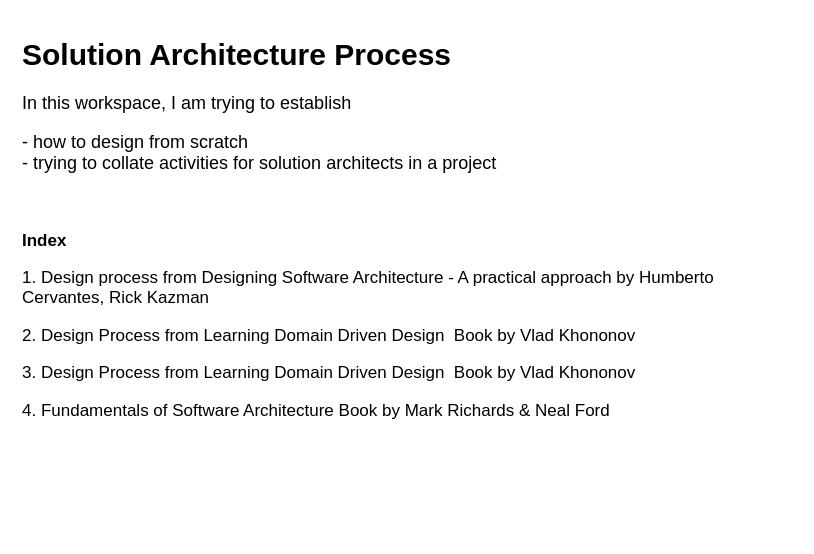
Above: page "Index" (1 of 5) of SolutionArchitectureProcess.drawio in Gaur4vGaur/probable-octo (draw.io), before the change. Source tidied: cells renumbered, new cells numbered last; positions are measured from the earlier drawing's top-left corner, leaving out a move shared by most shapes. Both pictures are drawn from the tidied source at 100%, with x=0, y=0 at pixel (17, 27).
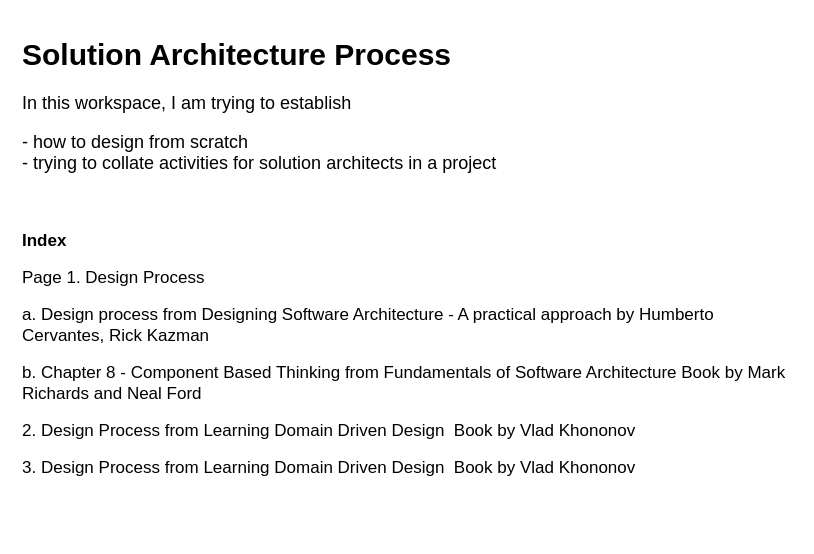
The same page after the edit.

What changed in the source:
```diff
@@
 <mxGraphModel>
   <root>
     <mxCell id="0" />
     <mxCell id="1" parent="0" />
-    <mxCell id="2" value="&lt;h1 style=&quot;font-size: 30px;&quot;&gt;&lt;font style=&quot;font-size: 30px;&quot;&gt;Solution Architecture Process&lt;/font&gt;&lt;/h1&gt;&lt;p style=&quot;&quot;&gt;&lt;font style=&quot;font-size: 18px;&quot;&gt;In this workspace, I am trying to establish&amp;nbsp;&lt;/font&gt;&lt;/p&gt;&lt;p style=&quot;font-size: 17px;&quot;&gt;&lt;font style=&quot;font-size: 18px;&quot;&gt;- how to design from scratch&lt;br&gt;- trying to collate activities for solution architects in a project&lt;/font&gt;&lt;/p&gt;&lt;p style=&quot;font-size: 17px;&quot;&gt;&lt;font style=&quot;font-size: 18px;&quot;&gt;&lt;br&gt;&lt;/font&gt;&lt;/p&gt;&lt;p style=&quot;font-size: 17px;&quot;&gt;&lt;b&gt;Index&lt;/b&gt;&lt;/p&gt;&lt;p style=&quot;font-size: 17px;&quot;&gt;1. Design process from Designing Software Architecture - A practical approach by Humberto Cervantes, Rick Kazman&lt;/p&gt;&lt;p style=&quot;font-size: 17px;&quot;&gt;2. Design Process from Learning Domain Driven Design&amp;nbsp;&amp;nbsp;Book by Vlad Khononov&lt;/p&gt;&lt;p style=&quot;font-size: 17px;&quot;&gt;3. Design Process from Learning Domain Driven Design&amp;nbsp;&amp;nbsp;Book by Vlad Khononov&lt;br&gt;&lt;/p&gt;&lt;p style=&quot;font-size: 17px;&quot;&gt;4. Fundamentals of Software Architecture Book by Mark Richards &amp;amp; Neal Ford&lt;/p&gt;" style="text;html=1;strokeColor=none;fillColor=none;spacing=5;spacingTop=-20;whiteSpace=wrap;overflow=hidden;rounded=0;" parent="1" vertex="1">
+    <mxCell id="2" value="&lt;h1 style=&quot;font-size: 30px;&quot;&gt;&lt;font style=&quot;font-size: 30px;&quot;&gt;Solution Architecture Process&lt;/font&gt;&lt;/h1&gt;&lt;p style=&quot;&quot;&gt;&lt;font style=&quot;font-size: 18px;&quot;&gt;In this workspace, I am trying to establish&amp;nbsp;&lt;/font&gt;&lt;/p&gt;&lt;p style=&quot;font-size: 17px;&quot;&gt;&lt;font style=&quot;font-size: 18px;&quot;&gt;- how to design from scratch&lt;br&gt;- trying to collate activities for solution architects in a project&lt;/font&gt;&lt;/p&gt;&lt;p style=&quot;font-size: 17px;&quot;&gt;&lt;font style=&quot;font-size: 18px;&quot;&gt;&lt;br&gt;&lt;/font&gt;&lt;/p&gt;&lt;p style=&quot;font-size: 17px;&quot;&gt;&lt;b&gt;Index&lt;/b&gt;&lt;/p&gt;&lt;p style=&quot;font-size: 17px;&quot;&gt;Page 1. Design Process&amp;nbsp;&lt;/p&gt;&lt;p style=&quot;font-size: 17px;&quot;&gt;a. Design process from Designing Software Architecture - A practical approach by Humberto Cervantes, Rick Kazman&lt;/p&gt;&lt;p style=&quot;font-size: 17px;&quot;&gt;b. Chapter 8 - Component Based Thinking from Fundamentals of Software Architecture Book by Mark Richards and Neal Ford&lt;/p&gt;&lt;p style=&quot;font-size: 17px;&quot;&gt;2. Design Process from Learning Domain Driven Design&amp;nbsp;&amp;nbsp;Book by Vlad Khononov&lt;/p&gt;&lt;p style=&quot;font-size: 17px;&quot;&gt;3. Design Process from Learning Domain Driven Design&amp;nbsp;&amp;nbsp;Book by Vlad Khononov&lt;/p&gt;" style="text;html=1;strokeColor=none;fillColor=none;spacing=5;spacingTop=-20;whiteSpace=wrap;overflow=hidden;rounded=0;" parent="1" vertex="1">
       <mxGeometry width="780" height="510" as="geometry" />
     </mxCell>
   </root>
 </mxGraphModel>
```
